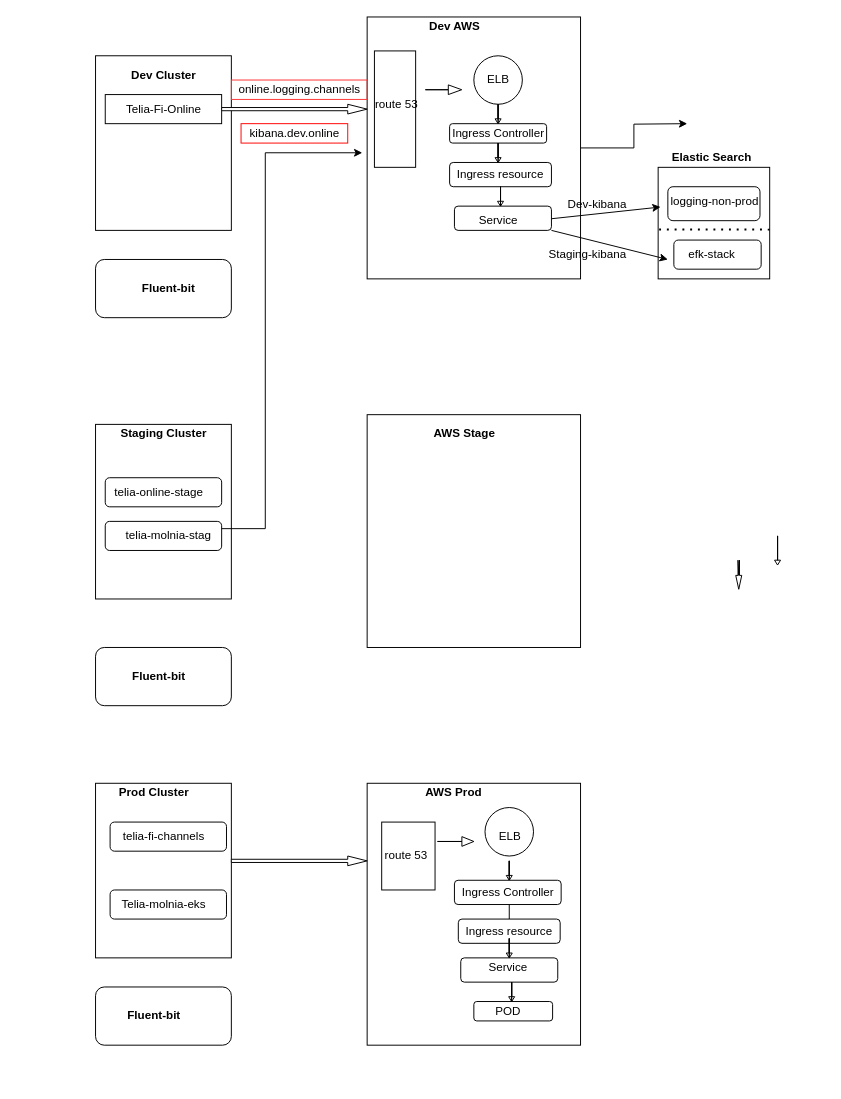
Samit7069/mygitrep keeps this draw.io diagram as Untitled Diagram.drawio. Above is the earlier version. Source tidied: cells renumbered, new cells numbered last; positions are measured from the earlier drawing's top-left corner, leaving out a move shared by most shapes. Both pictures are drawn from the tidied source at 97%, with x=0, y=0 at pixel (95, 16).
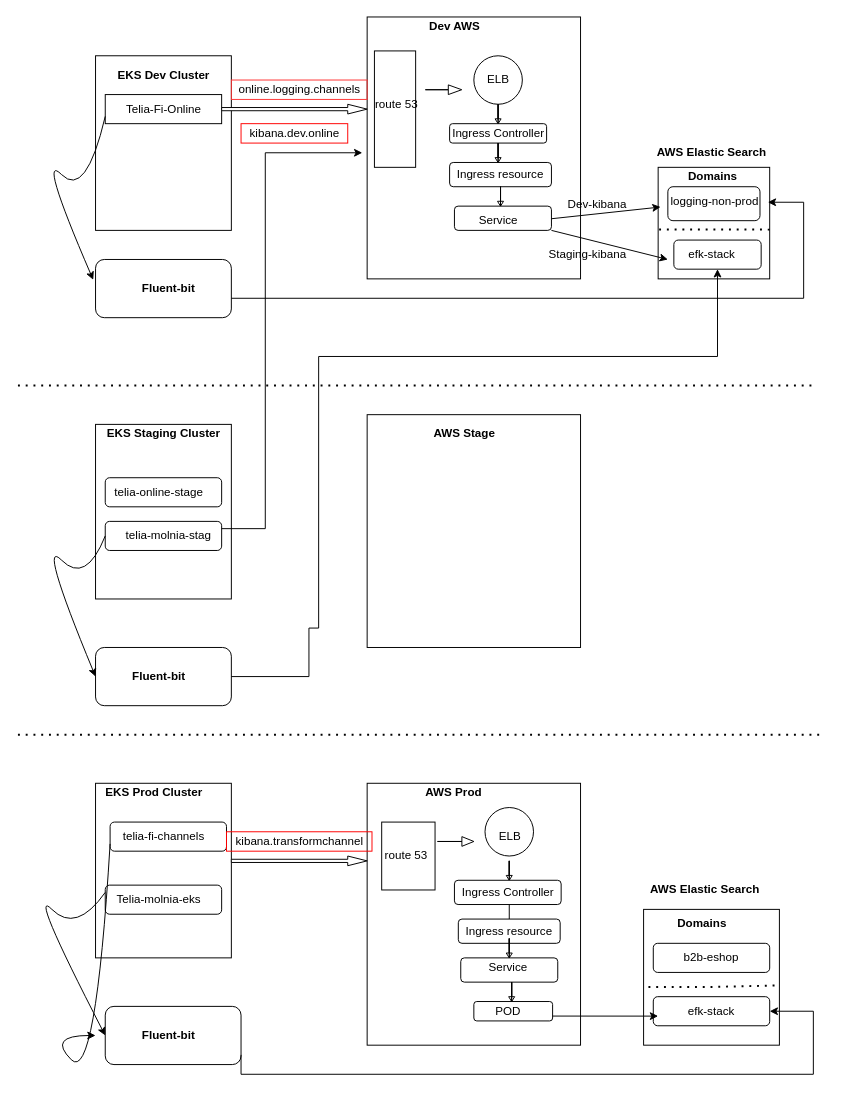
Above is the later version.

Commit message:
Final kibana set

The change refers to these unchanged cells:
```xml
<mxCell id="8" style="rounded=0;whiteSpace=wrap;html=1;fillColor=#FFFFFF;" parent="1" vertex="1">
  <mxGeometry x="280" width="220" height="270" as="geometry" />
</mxCell>
<mxCell id="9" style="rounded=0;whiteSpace=wrap;html=1;" parent="1" vertex="1">
  <mxGeometry x="10" y="80" width="120" height="30" as="geometry" />
</mxCell>
<mxCell id="14" style="rounded=1;whiteSpace=wrap;html=1;" parent="1" vertex="1">
  <mxGeometry x="10" y="520" width="120" height="30" as="geometry" />
</mxCell>
<mxCell id="18" style="rounded=1;whiteSpace=wrap;html=1;" parent="1" vertex="1">
  <mxGeometry x="15" y="830" width="120" height="30" as="geometry" />
</mxCell>
<mxCell id="42" style="rounded=1;whiteSpace=wrap;html=1;" parent="1" vertex="1">
  <mxGeometry y="250" width="140" height="60" as="geometry" />
</mxCell>
<mxCell id="44" style="rounded=1;whiteSpace=wrap;html=1;" parent="1" vertex="1">
  <mxGeometry y="650" width="140" height="60" as="geometry" />
</mxCell>
<mxCell id="70" style="rounded=1;whiteSpace=wrap;html=1;strokeColor=#000000;fillColor=#FFFFFF;" parent="1" vertex="1">
  <mxGeometry x="596.2" y="230" width="90" height="30" as="geometry" />
</mxCell>
<mxCell id="72" value="logging-non-prod" style="text;html=1;align=center;verticalAlign=middle;points=[];fillColor=none;strokeColor=none;rounded=0;" parent="1" vertex="1">
  <mxGeometry x="582.5" y="180" width="110" height="20" as="geometry" />
</mxCell>
```

What changed in the source:
```diff
@@
-    <mxCell id="7" style="edgeStyle=orthogonalEdgeStyle;rounded=0;jettySize=auto;html=1;" parent="1" edge="1" source="8">
-      <mxGeometry relative="1" as="geometry">
-        <mxPoint x="610" y="110" as="targetPoint" />
-      </mxGeometry>
-    </mxCell>
@@
-    <mxCell id="10" value="Dev Cluster" style="text;html=1;align=center;verticalAlign=middle;fillColor=none;strokeColor=none;rounded=0;fontStyle=1;" parent="1" vertex="1">
-      <mxGeometry x="30" y="50" width="80" height="20" as="geometry" />
+    <mxCell id="10" value="EKS Dev Cluster" style="text;html=1;align=center;verticalAlign=middle;fillColor=none;strokeColor=none;rounded=0;fontStyle=1;" parent="1" vertex="1">
+      <mxGeometry x="15" y="50" width="110" height="20" as="geometry" />
     </mxCell>
@@
-    <mxCell id="12" value="Staging Cluster" style="text;html=1;align=center;verticalAlign=middle;fillColor=none;strokeColor=none;rounded=0;fontStyle=1;" parent="1" vertex="1">
-      <mxGeometry x="20" y="420" width="100" height="20" as="geometry" />
+    <mxCell id="12" value="EKS Staging Cluster" style="text;html=1;align=center;verticalAlign=middle;fillColor=none;strokeColor=none;rounded=0;fontStyle=1;" parent="1" vertex="1">
+      <mxGeometry x="5" y="420" width="130" height="20" as="geometry" />
     </mxCell>
@@
-    <mxCell id="17" value="Prod Cluster" style="text;html=1;align=center;verticalAlign=middle;fillColor=none;strokeColor=none;rounded=0;fontStyle=1;" parent="1" vertex="1">
-      <mxGeometry x="15" y="790" width="90" height="20" as="geometry" />
+    <mxCell id="17" value="EKS Prod Cluster" style="text;html=1;align=center;verticalAlign=middle;fillColor=none;strokeColor=none;rounded=0;fontStyle=1;" parent="1" vertex="1">
+      <mxGeometry y="790" width="120" height="20" as="geometry" />
     </mxCell>
@@
     <mxCell id="19" style="rounded=1;whiteSpace=wrap;html=1;" parent="1" vertex="1">
-      <mxGeometry x="15" y="900" width="120" height="30" as="geometry" />
+      <mxGeometry x="10" y="895" width="120" height="30" as="geometry" />
     </mxCell>
@@
     <mxCell id="21" value="Telia-molnia-eks" style="text;html=1;align=center;verticalAlign=middle;fillColor=none;strokeColor=none;rounded=0;" parent="1" vertex="1">
-      <mxGeometry x="20" y="905" width="100" height="20" as="geometry" />
+      <mxGeometry x="15" y="900" width="100" height="20" as="geometry" />
     </mxCell>
@@
-    <mxCell id="31" style="html=1;shadow=0;dashed=0;align=center;verticalAlign=middle;shape=mxgraph.arrows2.arrow;dy=0.75;dx=14.33;direction=south;notch=15.67;" parent="1" vertex="1">
-      <mxGeometry x="660" y="560" width="6.2" height="30" as="geometry" />
-    </mxCell>
-    <mxCell id="32" style="html=1;shadow=0;dashed=0;align=center;verticalAlign=middle;shape=mxgraph.arrows2.arrow;dy=1;dx=5;direction=south;notch=25;" parent="1" vertex="1">
-      <mxGeometry x="700" y="535" width="6.2" height="30" as="geometry" />
-    </mxCell>
@@
     <mxCell id="43" style="rounded=1;whiteSpace=wrap;html=1;" parent="1" vertex="1">
-      <mxGeometry y="1000" width="140" height="60" as="geometry" />
+      <mxGeometry x="10" y="1020" width="140" height="60" as="geometry" />
     </mxCell>
@@
     <mxCell id="46" value="Fluent-bit" style="text;html=1;align=center;verticalAlign=middle;fillColor=none;strokeColor=none;rounded=0;fontStyle=1;" parent="1" vertex="1">
-      <mxGeometry x="25" y="1020" width="70" height="20" as="geometry" />
+      <mxGeometry x="40" y="1040" width="70" height="20" as="geometry" />
     </mxCell>
@@
-    <mxCell id="68" value="Elastic Search" style="text;html=1;align=center;verticalAlign=middle;fillColor=none;strokeColor=none;rounded=0;fontStyle=1;" parent="1" vertex="1">
-      <mxGeometry x="585" y="135" width="100" height="20" as="geometry" />
+    <mxCell id="68" value="AWS Elastic Search" style="text;html=1;align=center;verticalAlign=middle;fillColor=none;strokeColor=none;rounded=0;fontStyle=1;" parent="1" vertex="1">
+      <mxGeometry x="570" y="130" width="130" height="20" as="geometry" />
     </mxCell>
@@
+    <mxCell id="79" value="kibana.transformchannel" style="text;html=1;align=center;verticalAlign=middle;fillColor=none;strokeColor=#FF0000;rounded=0;" parent="1" vertex="1">
+      <mxGeometry x="135" y="840" width="150" height="20" as="geometry" />
+    </mxCell>
+    <mxCell id="80" style="curved=1;endArrow=classic;html=1;rounded=0;entryX=-0.017;entryY=0.35;entryDx=0;entryDy=0;entryPerimeter=0;exitX=0;exitY=0.75;exitDx=0;exitDy=0;" parent="1" edge="1" source="9" target="42">
+      <mxGeometry relative="1" as="geometry">
+        <Array as="points">
+          <mxPoint x="-10" y="187.5" />
+          <mxPoint x="-60" y="137.5" />
+        </Array>
+      </mxGeometry>
+    </mxCell>
+    <mxCell id="81" style="edgeStyle=segmentEdgeStyle;endArrow=classic;html=1;rounded=0;entryX=1.005;entryY=0.55;entryDx=0;entryDy=0;entryPerimeter=0;" parent="1" edge="1" target="72">
+      <mxGeometry relative="1" as="geometry">
+        <mxPoint x="140" y="290" as="sourcePoint" />
+        <Array as="points">
+          <mxPoint x="730" y="290" />
+          <mxPoint x="730" y="191" />
+        </Array>
+      </mxGeometry>
+    </mxCell>
+    <mxCell id="82" style="edgeStyle=segmentEdgeStyle;endArrow=classic;html=1;rounded=0;entryX=0.5;entryY=1;entryDx=0;entryDy=0;" parent="1" edge="1" target="70">
+      <mxGeometry relative="1" as="geometry">
+        <mxPoint x="140" y="680" as="sourcePoint" />
+        <Array as="points">
+          <mxPoint x="220" y="680" />
+          <mxPoint x="220" y="630" />
+          <mxPoint x="230" y="630" />
+          <mxPoint x="230" y="350" />
+          <mxPoint x="641" y="350" />
+        </Array>
+      </mxGeometry>
+    </mxCell>
+    <mxCell id="83" style="curved=1;endArrow=classic;html=1;rounded=0;entryX=0;entryY=0.5;entryDx=0;entryDy=0;exitX=0;exitY=0.5;exitDx=0;exitDy=0;" parent="1" edge="1" source="14" target="44">
+      <mxGeometry relative="1" as="geometry">
+        <Array as="points">
+          <mxPoint x="-10" y="585" />
+          <mxPoint x="-60" y="535" />
+        </Array>
+      </mxGeometry>
+    </mxCell>
+    <mxCell id="84" value="Domains" style="text;html=1;align=center;verticalAlign=middle;fillColor=none;strokeColor=none;rounded=0;fontStyle=1;" parent="1" vertex="1">
+      <mxGeometry x="601.2" y="155" width="70" height="20" as="geometry" />
+    </mxCell>
+    <mxCell id="85" style="curved=1;endArrow=classic;html=1;rounded=0;entryX=0;entryY=0.5;entryDx=0;entryDy=0;exitX=0;exitY=0.25;exitDx=0;exitDy=0;" parent="1" edge="1" source="19" target="43">
+      <mxGeometry relative="1" as="geometry">
+        <Array as="points">
+          <mxPoint x="-20" y="945" />
+          <mxPoint x="-70" y="895" />
+        </Array>
+      </mxGeometry>
+    </mxCell>
+    <mxCell id="86" style="curved=1;endArrow=classic;html=1;rounded=0;exitX=0;exitY=0.75;exitDx=0;exitDy=0;" parent="1" edge="1" source="18">
+      <mxGeometry relative="1" as="geometry">
+        <mxPoint y="1050" as="targetPoint" />
+        <Array as="points">
+          <mxPoint y="1100" />
+          <mxPoint x="-50" y="1050" />
+        </Array>
+      </mxGeometry>
+    </mxCell>
+    <mxCell id="87" style="whiteSpace=wrap;html=1;strokeColor=#000000;fillColor=#FFFFFF;" parent="1" vertex="1">
+      <mxGeometry x="565" y="920" width="140" height="140" as="geometry" />
+    </mxCell>
+    <mxCell id="88" value="AWS Elastic Search" style="text;html=1;align=center;verticalAlign=middle;fillColor=none;strokeColor=none;rounded=0;fontStyle=1;" parent="1" vertex="1">
+      <mxGeometry x="562.5" y="890" width="130" height="20" as="geometry" />
+    </mxCell>
+    <mxCell id="89" value="Domains" style="text;html=1;align=center;verticalAlign=middle;fillColor=none;strokeColor=none;rounded=0;fontStyle=1;" parent="1" vertex="1">
+      <mxGeometry x="590" y="925" width="70" height="20" as="geometry" />
+    </mxCell>
+    <mxCell id="90" value="b2b-eshop" style="rounded=1;whiteSpace=wrap;html=1;strokeColor=#000000;fillColor=#FFFFFF;" parent="1" vertex="1">
+      <mxGeometry x="575" y="955" width="120" height="30" as="geometry" />
+    </mxCell>
+    <mxCell id="91" value="efk-stack" style="rounded=1;whiteSpace=wrap;html=1;strokeColor=#000000;fillColor=#FFFFFF;" parent="1" vertex="1">
+      <mxGeometry x="575" y="1010" width="120" height="30" as="geometry" />
+    </mxCell>
+    <mxCell id="92" style="endArrow=none;dashed=1;html=1;dashPattern=1 3;strokeWidth=2;rounded=0;" parent="1" edge="1">
+      <mxGeometry relative="1" as="geometry">
+        <mxPoint x="-80" y="380" as="sourcePoint" />
+        <mxPoint x="740" y="380" as="targetPoint" />
+      </mxGeometry>
+    </mxCell>
+    <mxCell id="93" style="endArrow=none;dashed=1;html=1;dashPattern=1 3;strokeWidth=2;rounded=0;" parent="1" edge="1">
+      <mxGeometry relative="1" as="geometry">
+        <mxPoint x="-80" y="740" as="sourcePoint" />
+        <mxPoint x="750" y="740" as="targetPoint" />
+      </mxGeometry>
+    </mxCell>
+    <mxCell id="94" style="endArrow=classic;html=1;rounded=0;entryX=0.107;entryY=0.786;entryDx=0;entryDy=0;entryPerimeter=0;" parent="1" edge="1" target="87">
+      <mxGeometry relative="1" as="geometry">
+        <mxPoint x="471.2" y="1030" as="sourcePoint" />
+      </mxGeometry>
+    </mxCell>
+    <mxCell id="95" style="endArrow=none;dashed=1;html=1;dashPattern=1 3;strokeWidth=2;rounded=0;entryX=0.995;entryY=0.56;entryDx=0;entryDy=0;entryPerimeter=0;" parent="1" edge="1" target="87">
+      <mxGeometry relative="1" as="geometry">
+        <mxPoint x="570" y="1000" as="sourcePoint" />
+        <Array as="points">
+          <mxPoint x="635" y="1000" />
+        </Array>
+      </mxGeometry>
+    </mxCell>
+    <mxCell id="96" style="edgeStyle=segmentEdgeStyle;endArrow=classic;html=1;rounded=0;entryX=1;entryY=0.5;entryDx=0;entryDy=0;" parent="1" edge="1" target="91">
+      <mxGeometry relative="1" as="geometry">
+        <mxPoint x="150" y="1070" as="sourcePoint" />
+        <Array as="points">
+          <mxPoint x="150" y="1090" />
+          <mxPoint x="740" y="1090" />
+          <mxPoint x="740" y="1025" />
+        </Array>
+      </mxGeometry>
+    </mxCell>
```
